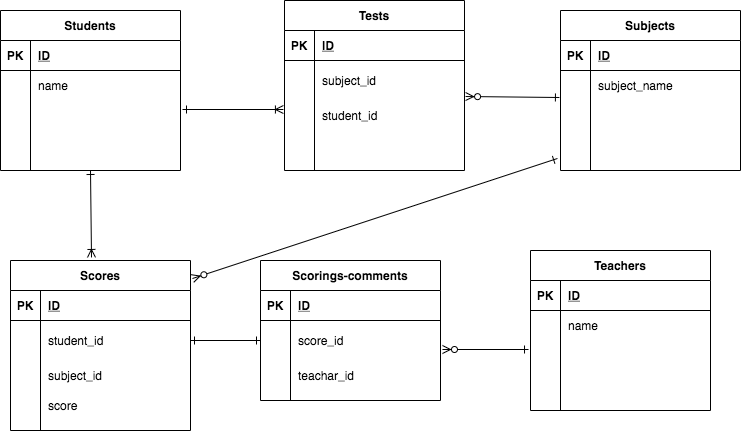
kadukimochida/20210724coachtech keeps this draw.io diagram as index.drawio.png. Above is the earlier version. Source tidied: cells renumbered, new cells last; positions are measured from the earlier drawing's top-left corner, leaving out a move shared by most shapes.
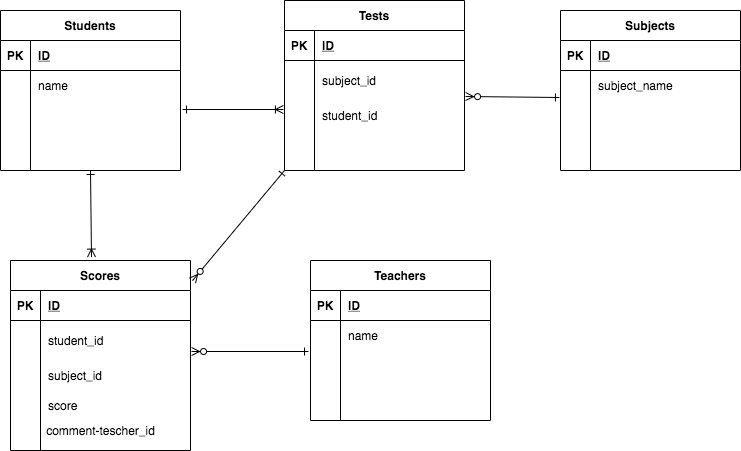
The same diagram one commit later.

Change to the diagram source:
```diff
@@ -120,7 +120,7 @@
       <mxGeometry x="30" width="150" height="30" as="geometry" />
     </mxCell>
     <mxCell id="41" value="Scores" style="shape=table;startSize=30;rowLines=0;fontStyle=1;align=center;" parent="1" vertex="1">
-      <mxGeometry x="10" y="260" width="180" height="170" as="geometry" />
+      <mxGeometry x="10" y="260" width="180" height="190" as="geometry" />
     </mxCell>
     <mxCell id="42" style="shape=partialRectangle;fillColor=none;top=0;left=0;bottom=1;right=0;" parent="41" vertex="1">
       <mxGeometry y="30" width="180" height="30" as="geometry" />
@@ -159,7 +159,7 @@
       <mxGeometry x="30" width="150" height="30" as="geometry" />
     </mxCell>
     <mxCell id="54" value="Teachers" style="shape=table;startSize=30;rowLines=0;fontStyle=1;align=center;" parent="1" vertex="1">
-      <mxGeometry x="530" y="250" width="180" height="160" as="geometry" />
+      <mxGeometry x="310" y="260" width="180" height="160" as="geometry" />
     </mxCell>
     <mxCell id="55" style="shape=partialRectangle;fillColor=none;top=0;left=0;bottom=1;right=0;" parent="54" vertex="1">
       <mxGeometry y="30" width="180" height="30" as="geometry" />
@@ -197,36 +197,6 @@
     <mxCell id="66" style="shape=partialRectangle;fillColor=none;top=0;left=0;bottom=0;right=0;align=left;spacingLeft=6;overflow=hidden;" parent="64" vertex="1">
       <mxGeometry x="30" width="150" height="30" as="geometry" />
     </mxCell>
-    <mxCell id="67" value="Scorings-comments" style="shape=table;startSize=30;rowLines=0;fontStyle=1;align=center;" parent="1" vertex="1">
-      <mxGeometry x="260" y="260" width="180" height="140" as="geometry" />
-    </mxCell>
-    <mxCell id="68" style="shape=partialRectangle;fillColor=none;top=0;left=0;bottom=1;right=0;" parent="67" vertex="1">
-      <mxGeometry y="30" width="180" height="30" as="geometry" />
-    </mxCell>
-    <mxCell id="69" value="PK" style="shape=partialRectangle;fillColor=none;top=0;left=0;bottom=0;right=0;fontStyle=1;overflow=hidden;" parent="68" vertex="1">
-      <mxGeometry width="30" height="30" as="geometry" />
-    </mxCell>
-    <mxCell id="70" value="ID" style="shape=partialRectangle;fillColor=none;top=0;left=0;bottom=0;right=0;align=left;spacingLeft=6;fontStyle=5;overflow=hidden;" parent="68" vertex="1">
-      <mxGeometry x="30" width="150" height="30" as="geometry" />
-    </mxCell>
-    <mxCell id="71" style="shape=partialRectangle;fillColor=none;top=0;left=0;bottom=0;right=0;points=[[0,0.5],[1,0.5]];portConstraint=eastwest;" parent="67" vertex="1">
-      <mxGeometry y="60" width="180" height="40" as="geometry" />
-    </mxCell>
-    <mxCell id="72" style="shape=partialRectangle;fillColor=none;top=0;left=0;bottom=0;right=0;overflow=hidden;" parent="71" vertex="1">
-      <mxGeometry width="30" height="40" as="geometry" />
-    </mxCell>
-    <mxCell id="73" value="score_id" style="shape=partialRectangle;fillColor=none;top=0;left=0;bottom=0;right=0;align=left;spacingLeft=6;overflow=hidden;" parent="71" vertex="1">
-      <mxGeometry x="30" width="150" height="40" as="geometry" />
-    </mxCell>
-    <mxCell id="74" style="shape=partialRectangle;fillColor=none;top=0;left=0;bottom=0;right=0;" parent="67" vertex="1">
-      <mxGeometry y="100" width="180" height="30" as="geometry" />
-    </mxCell>
-    <mxCell id="75" style="shape=partialRectangle;fillColor=none;top=0;left=0;bottom=0;right=0;overflow=hidden;" parent="74" vertex="1">
-      <mxGeometry width="30" height="30" as="geometry" />
-    </mxCell>
-    <mxCell id="76" value="teachar_id" style="shape=partialRectangle;fillColor=none;top=0;left=0;bottom=0;right=0;align=left;spacingLeft=6;overflow=hidden;" parent="74" vertex="1">
-      <mxGeometry x="30" width="150" height="30" as="geometry" />
-    </mxCell>
     <mxCell id="77" style="fontSize=12;html=1;endArrow=ERoneToMany;endFill=0;startArrow=ERone;startFill=0;entryX=-0.006;entryY=0.3;entryDx=0;entryDy=0;entryPerimeter=0;" parent="1" edge="1" target="22">
       <mxGeometry relative="1" as="geometry">
         <mxPoint x="182" y="109" as="sourcePoint" />
@@ -238,14 +208,16 @@
     <mxCell id="79" style="fontSize=12;html=1;endArrow=ERoneToMany;endFill=0;exitX=0.5;exitY=1;exitDx=0;exitDy=0;entryX=0.45;entryY=-0.018;entryDx=0;entryDy=0;entryPerimeter=0;startArrow=ERone;startFill=0;" parent="1" edge="1" source="2" target="41">
       <mxGeometry relative="1" as="geometry" />
     </mxCell>
-    <mxCell id="80" style="fontSize=12;html=1;endArrow=ERzeroToMany;endFill=1;startArrow=ERone;startFill=0;exitX=-0.017;exitY=0.933;exitDx=0;exitDy=0;exitPerimeter=0;entryX=1.011;entryY=0.106;entryDx=0;entryDy=0;entryPerimeter=0;" parent="1" edge="1" source="38" target="41">
+    <mxCell id="80" style="fontSize=12;html=1;endArrow=ERzeroToMany;endFill=1;startArrow=ERone;startFill=0;exitX=0;exitY=1;exitDx=0;exitDy=0;entryX=1.011;entryY=0.106;entryDx=0;entryDy=0;entryPerimeter=0;" parent="1" edge="1" source="15" target="41">
       <mxGeometry relative="1" as="geometry" />
     </mxCell>
-    <mxCell id="81" style="fontSize=12;html=1;endArrow=ERzeroToMany;endFill=1;entryX=1.011;entryY=0.725;entryDx=0;entryDy=0;entryPerimeter=0;exitX=-0.011;exitY=0.3;exitDx=0;exitDy=0;exitPerimeter=0;startArrow=ERone;startFill=0;" parent="1" edge="1" source="61" target="71">
-      <mxGeometry relative="1" as="geometry" />
+    <mxCell id="81" style="fontSize=12;html=1;endArrow=ERzeroToMany;endFill=1;entryX=1.006;entryY=0.775;entryDx=0;entryDy=0;entryPerimeter=0;startArrow=ERone;startFill=0;" parent="1" edge="1" target="45">
+      <mxGeometry relative="1" as="geometry">
+        <mxPoint x="308" y="351" as="sourcePoint" />
+      </mxGeometry>
     </mxCell>
-    <mxCell id="82" style="fontSize=12;html=1;endArrow=ERone;endFill=0;exitX=1;exitY=0.5;exitDx=0;exitDy=0;entryX=0;entryY=0.5;entryDx=0;entryDy=0;startArrow=ERone;startFill=0;" parent="1" edge="1" source="45" target="71">
-      <mxGeometry relative="1" as="geometry" />
-    </mxCell>
+    <mxCell id="83" value="comment-tescher_id" style="text;html=1;align=center;verticalAlign=middle;fillColor=none;strokeColor=none;rounded=0;" parent="1" vertex="1">
+      <mxGeometry x="40" y="420" width="120" height="20" as="geometry" />
+    </mxCell>
   </root>
 </mxGraphModel>
```
